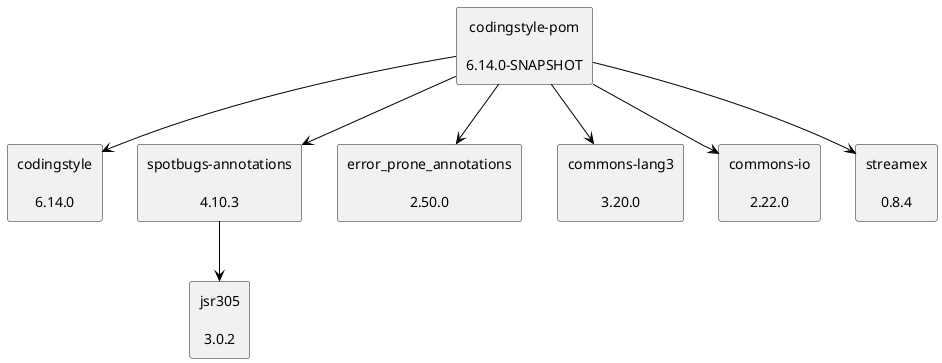
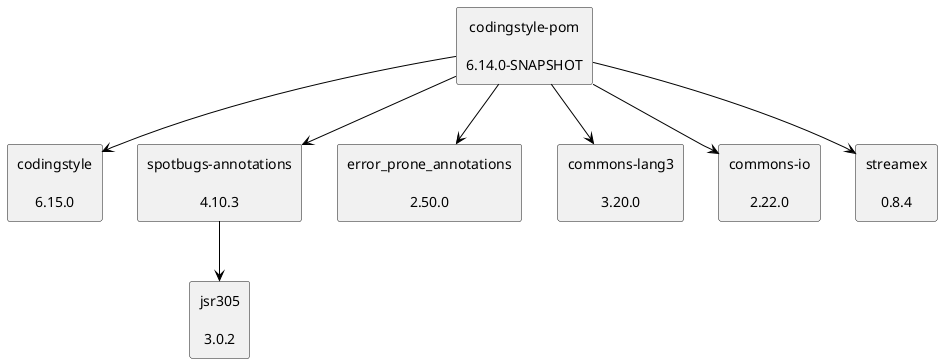
@startuml
skinparam defaultTextAlignment center
skinparam rectangle {
  BackgroundColor<<optional>> beige
  BackgroundColor<<test>> lightGreen
  BackgroundColor<<runtime>> lightBlue
  BackgroundColor<<provided>> lightGray
}
rectangle "codingstyle-pom\n\n6.14.0-SNAPSHOT" as edu_hm_hafner_codingstyle_pom_pom
- rectangle "codingstyle\n\n6.14.0" as edu_hm_hafner_codingstyle_jar
+ rectangle "codingstyle\n\n6.15.0" as edu_hm_hafner_codingstyle_jar
rectangle "spotbugs-annotations\n\n4.10.3" as com_github_spotbugs_spotbugs_annotations_jar
rectangle "jsr305\n\n3.0.2" as com_google_code_findbugs_jsr305_jar
rectangle "error_prone_annotations\n\n2.50.0" as com_google_errorprone_error_prone_annotations_jar
rectangle "commons-lang3\n\n3.20.0" as org_apache_commons_commons_lang3_jar
rectangle "commons-io\n\n2.22.0" as commons_io_commons_io_jar
rectangle "streamex\n\n0.8.4" as one_util_streamex_jar
edu_hm_hafner_codingstyle_pom_pom -[#000000]-> edu_hm_hafner_codingstyle_jar
com_github_spotbugs_spotbugs_annotations_jar -[#000000]-> com_google_code_findbugs_jsr305_jar
edu_hm_hafner_codingstyle_pom_pom -[#000000]-> com_github_spotbugs_spotbugs_annotations_jar
edu_hm_hafner_codingstyle_pom_pom -[#000000]-> com_google_errorprone_error_prone_annotations_jar
edu_hm_hafner_codingstyle_pom_pom -[#000000]-> org_apache_commons_commons_lang3_jar
edu_hm_hafner_codingstyle_pom_pom -[#000000]-> commons_io_commons_io_jar
edu_hm_hafner_codingstyle_pom_pom -[#000000]-> one_util_streamex_jar
@enduml